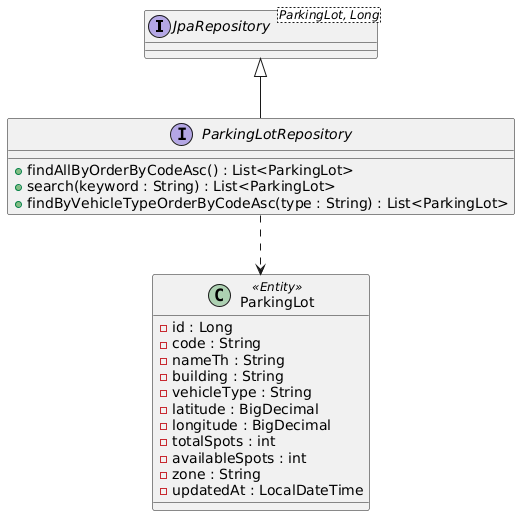
The PlantUML diagram docs/design/class-diagram-dao.png in ashrofvitheekul/cs261_650001_group6, before a commit.
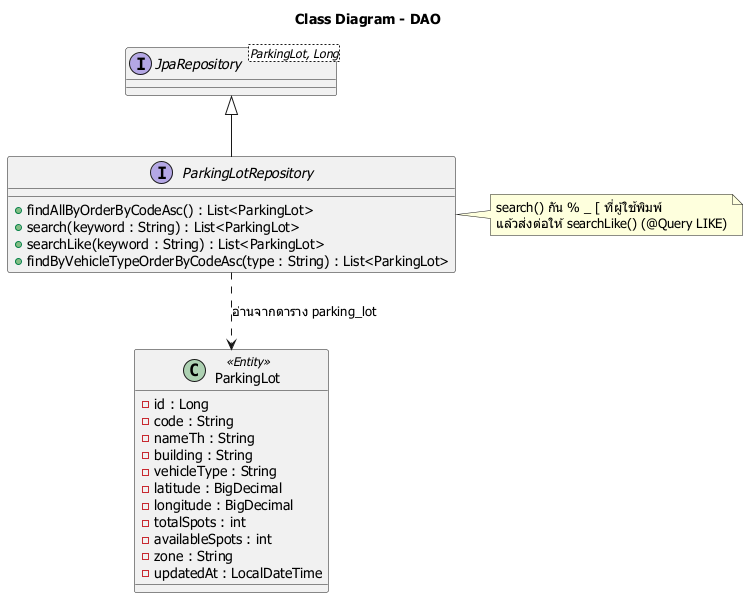
After the change.

Commit message:
Match % _ [ as plain text in lot search

The edit, as a diff of the source:
```diff
@@ -1,11 +1,18 @@
 @startuml
+skinparam defaultFontName Tahoma
+title Class Diagram - DAO
 interface "JpaRepository<ParkingLot, Long>" as JPA
 
 interface ParkingLotRepository {
   +findAllByOrderByCodeAsc() : List<ParkingLot>
   +search(keyword : String) : List<ParkingLot>
+  +searchLike(keyword : String) : List<ParkingLot>
   +findByVehicleTypeOrderByCodeAsc(type : String) : List<ParkingLot>
 }
+note right of ParkingLotRepository
+  search() กัน % _ [ ที่ผู้ใช้พิมพ์
+  แล้วส่งต่อให้ searchLike() (@Query LIKE)
+end note
 
 class ParkingLot <<Entity>> {
   -id : Long
@@ -22,5 +29,5 @@
 }
 
 JPA <|-- ParkingLotRepository
-ParkingLotRepository ..> ParkingLot
+ParkingLotRepository ..> ParkingLot : อ่านจากตาราง parking_lot
 @enduml
```
